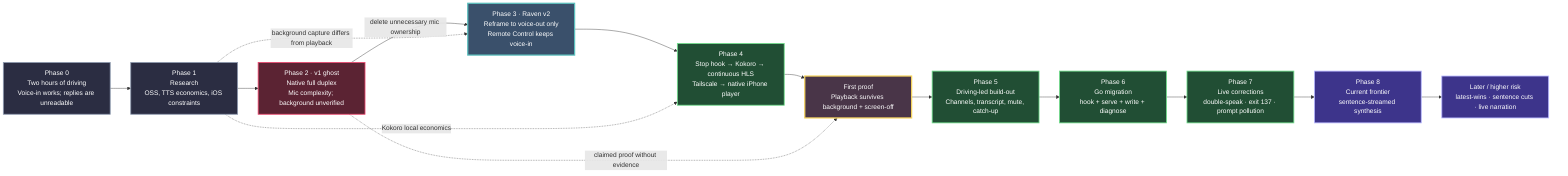
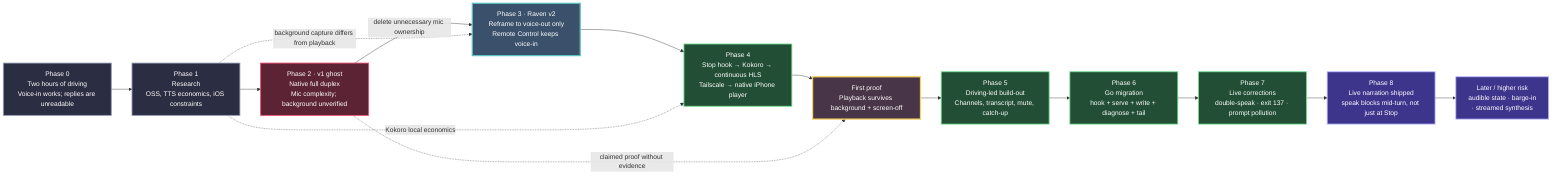
flowchart LR
    P0["Phase 0<br/>Two hours of driving<br/>Voice-in works; replies are unreadable"]
    P1["Phase 1<br/>Research<br/>OSS, TTS economics, iOS constraints"]
    V1["Phase 2 · v1 ghost<br/>Native full duplex<br/>Mic complexity; background unverified"]
    R["Phase 3 · Raven v2<br/>Reframe to voice-out only<br/>Remote Control keeps voice-in"]
    A["Phase 4<br/>Stop hook → Kokoro → continuous HLS<br/>Tailscale → native iPhone player"]
    PROOF["First proof<br/>Playback survives background + screen-off"]
    B["Phase 5<br/>Driving-led build-out<br/>Channels, transcript, mute, catch-up"]
-     G["Phase 6<br/>Go migration<br/>hook + serve + write + diagnose"]
+     G["Phase 6<br/>Go migration<br/>hook + serve + write + diagnose + tail"]
    BUGS["Phase 7<br/>Live corrections<br/>double-speak · exit 137 · prompt pollution"]
-     NEXT["Phase 8<br/>Current frontier<br/>sentence-streamed synthesis"]
-     LATER["Later / higher risk<br/>latest-wins · sentence cuts · live narration"]
+     NEXT["Phase 8<br/>Live narration shipped<br/>speak blocks mid-turn, not just at Stop"]
+     LATER["Later / higher risk<br/>audible state · barge-in<br/>· streamed synthesis"]

    P0 --> P1 --> V1
    V1 -->|"delete unnecessary mic ownership"| R
    R --> A --> PROOF --> B --> G --> BUGS --> NEXT --> LATER

    V1 -. claimed proof without evidence .-> PROOF
    P1 -. Kokoro local economics .-> A
    P1 -. background capture differs from playback .-> R

    classDef problem fill:#2b2d42,color:#ffffff,stroke:#8d99ae,stroke-width:2px
    classDef rejected fill:#5b2333,color:#ffffff,stroke:#ef476f,stroke-width:2px
    classDef pivot fill:#3a506b,color:#ffffff,stroke:#5bc0be,stroke-width:3px
    classDef built fill:#214e34,color:#ffffff,stroke:#6ede8a,stroke-width:2px
    classDef proof fill:#493548,color:#ffffff,stroke:#f4d35e,stroke-width:3px
    classDef frontier fill:#3d348b,color:#ffffff,stroke:#b8b8ff,stroke-width:2px

    class P0,P1 problem
    class V1 rejected
    class R pivot
    class A,B,G,BUGS built
    class PROOF proof
    class NEXT,LATER frontier
